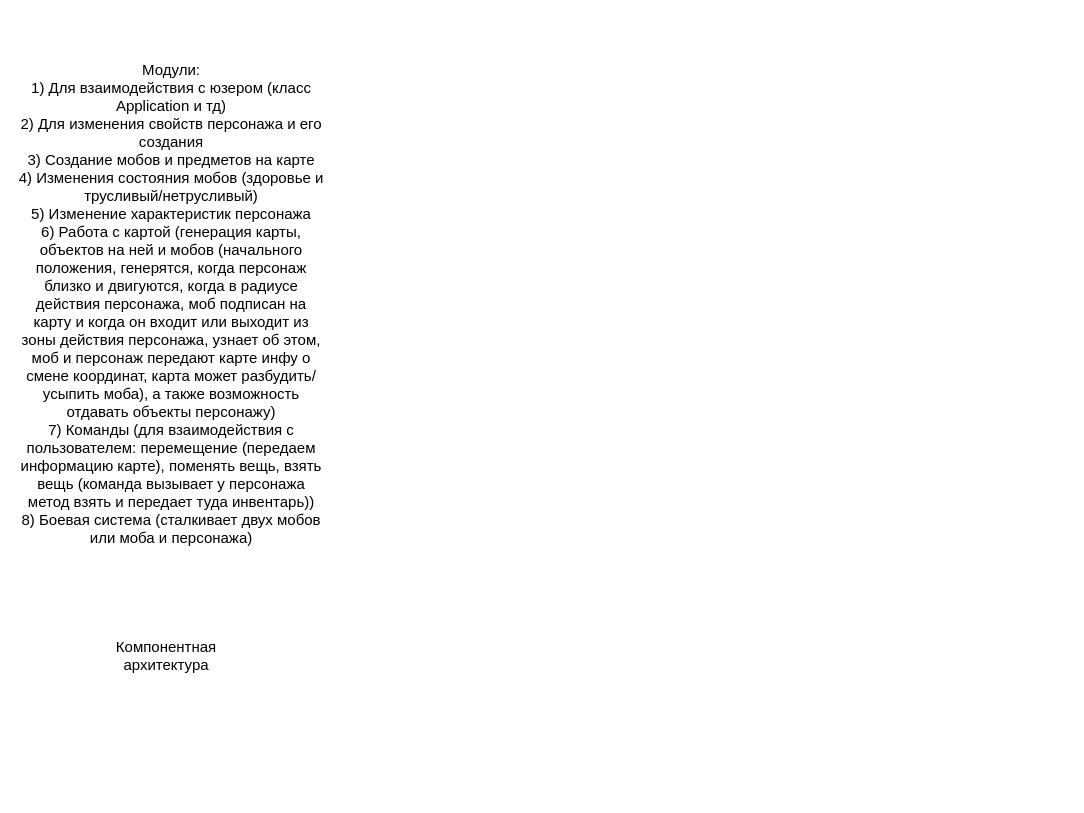
Earlier version of the draw.io diagram page "Components" (1 of 3) of Roguelike/roguelike.drawio (victoriafomina/Software-Design). Source tidied: cells renumbered, new cells numbered last; positions are measured from the earlier drawing's top-left corner, leaving out a move shared by most shapes. Both pictures are drawn from the tidied source at 100%, with x=0, y=0 at pixel (17, 17).
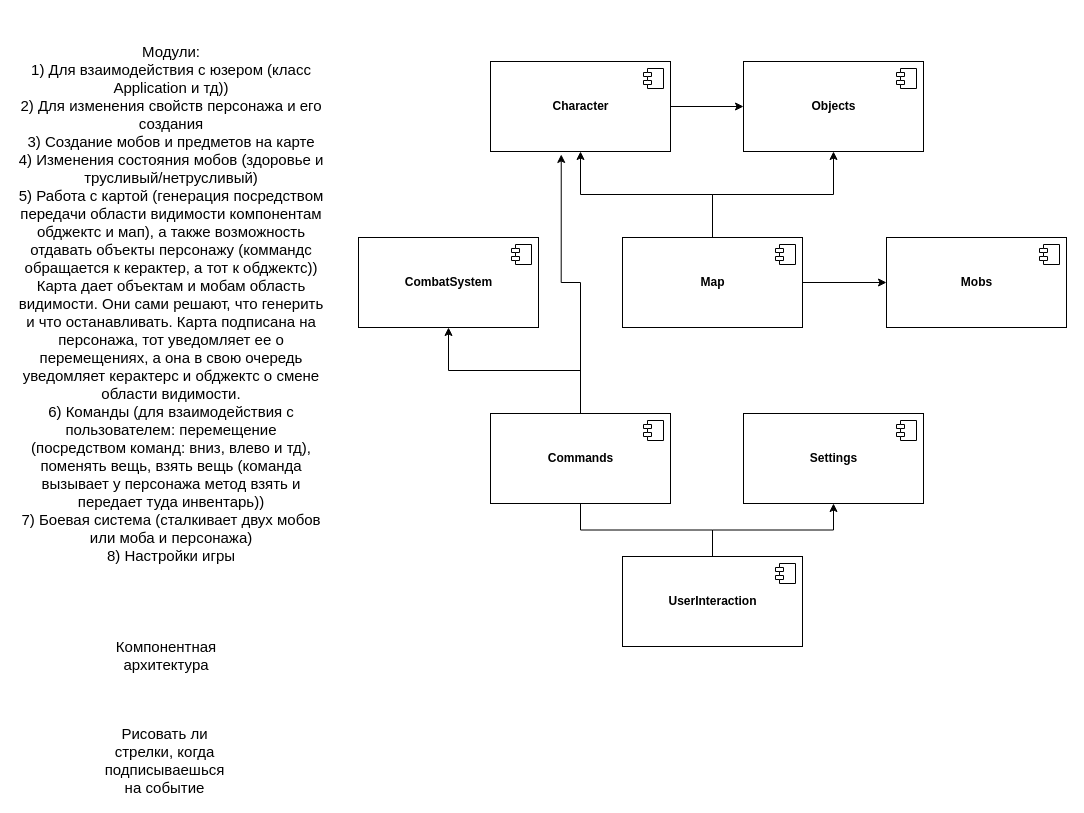
After the change.

Diff of the diagram source:
```diff
@@
-    <mxCell id="2" value="&lt;span style=&quot;font-size: 15px&quot;&gt;Модули:&lt;br&gt;1) Для взаимодействия с юзером (класс Application и тд)&lt;br&gt;2) Для изменения свойств персонажа и его создания&lt;br&gt;3) Создание мобов и предметов на карте&lt;br&gt;4) Изменения состояния мобов (здоровье и трусливый/нетрусливый)&lt;br&gt;5) Изменение характеристик персонажа&lt;br&gt;6) Работа с картой (генерация карты, объектов на ней и мобов (начального положения, генерятся, когда персонаж близко и двигуются, когда в радиусе действия персонажа, моб подписан на карту и когда он входит или выходит из зоны действия персонажа, узнает об этом, моб и персонаж передают карте инфу о смене координат, карта может разбудить/усыпить моба), а также возможность отдавать объекты персонажу)&lt;br&gt;7) Команды (для взаимодействия с пользователем: перемещение (передаем информацию карте), поменять вещь, взять вещь (команда вызывает у персонажа метод взять и передает туда инвентарь))&lt;br&gt;8) Боевая система (сталкивает двух мобов или моба и персонажа)&lt;br&gt;&lt;/span&gt;" style="text;html=1;strokeColor=none;fillColor=none;align=center;verticalAlign=middle;whiteSpace=wrap;rounded=0;fontSize=14;" parent="1" vertex="1">
+    <mxCell id="2" value="&lt;span style=&quot;font-size: 15px&quot;&gt;Модули:&lt;br&gt;1) Для взаимодействия с юзером (класс Application и тд))&lt;br&gt;2) Для изменения свойств персонажа и его создания&lt;br&gt;3) Создание мобов и предметов на карте&lt;br&gt;4) Изменения состояния мобов (здоровье и трусливый/нетрусливый)&lt;br&gt;5) Работа с картой (генерация посредством передачи области видимости компонентам обджектс и мап), а также возможность отдавать объекты персонажу (коммандс обращается к керактер, а тот к обджектс))&lt;br&gt;Карта дает объектам и мобам область видимости. Они сами решают, что генерить и что останавливать. Карта подписана на персонажа, тот уведомляет ее о перемещениях, а она в свою очередь уведомляет керактерс и обджектс о смене области видимости.&lt;br&gt;6) Команды (для взаимодействия с пользователем: перемещение (посредством команд: вниз, влево и тд), поменять вещь, взять вещь (команда вызывает у персонажа метод взять и передает туда инвентарь))&lt;br&gt;7) Боевая система (сталкивает двух мобов или моба и персонажа)&lt;br&gt;8) Настройки игры&lt;br&gt;&lt;/span&gt;" style="text;html=1;strokeColor=none;fillColor=none;align=center;verticalAlign=middle;whiteSpace=wrap;rounded=0;fontSize=14;" parent="1" vertex="1">
       <mxGeometry width="308" height="572" as="geometry" />
     </mxCell>
@@
+    <mxCell id="4" style="edgeStyle=orthogonalEdgeStyle;rounded=0;jettySize=auto;html=1;exitX=0.5;exitY=0;exitDx=0;exitDy=0;entryX=0.5;entryY=1;entryDx=0;entryDy=0;" parent="1" edge="1" source="7" target="14">
+      <mxGeometry relative="1" as="geometry" />
+    </mxCell>
+    <mxCell id="5" style="edgeStyle=orthogonalEdgeStyle;rounded=0;jettySize=auto;html=1;" parent="1" edge="1" source="7" target="24">
+      <mxGeometry relative="1" as="geometry" />
+    </mxCell>
+    <mxCell id="6" style="edgeStyle=orthogonalEdgeStyle;rounded=0;jettySize=auto;html=1;exitX=1;exitY=0.5;exitDx=0;exitDy=0;entryX=0;entryY=0.5;entryDx=0;entryDy=0;fontSize=15;startArrow=none;startFill=0;endArrow=classic;endFill=1;" parent="1" edge="1" source="7" target="16">
+      <mxGeometry relative="1" as="geometry" />
+    </mxCell>
+    <mxCell id="7" value="&lt;b&gt;Map&lt;/b&gt;" style="html=1;" parent="1" vertex="1">
+      <mxGeometry x="605" y="220" width="180" height="90" as="geometry" />
+    </mxCell>
+    <mxCell id="8" style="shape=module;jettyWidth=8;jettyHeight=4;" parent="7" vertex="1">
+      <mxGeometry x="1" width="20" height="20" relative="1" as="geometry">
+        <mxPoint x="-27" y="7" as="offset" />
+      </mxGeometry>
+    </mxCell>
+    <mxCell id="9" style="edgeStyle=orthogonalEdgeStyle;rounded=0;jettySize=auto;html=1;exitX=0.5;exitY=0;exitDx=0;exitDy=0;entryX=0.5;entryY=1;entryDx=0;entryDy=0;endArrow=none;endFill=0;" parent="1" edge="1" source="11" target="22">
+      <mxGeometry relative="1" as="geometry" />
+    </mxCell>
+    <mxCell id="10" style="edgeStyle=orthogonalEdgeStyle;rounded=0;jettySize=auto;html=1;exitX=0.5;exitY=0;exitDx=0;exitDy=0;entryX=0.5;entryY=1;entryDx=0;entryDy=0;startArrow=none;startFill=0;endArrow=classic;endFill=1;" parent="1" edge="1" source="11" target="26">
+      <mxGeometry relative="1" as="geometry" />
+    </mxCell>
+    <mxCell id="11" value="&lt;b&gt;UserInteraction&lt;/b&gt;" style="html=1;" parent="1" vertex="1">
+      <mxGeometry x="605" y="539" width="180" height="90" as="geometry" />
+    </mxCell>
+    <mxCell id="12" style="shape=module;jettyWidth=8;jettyHeight=4;" parent="11" vertex="1">
+      <mxGeometry x="1" width="20" height="20" relative="1" as="geometry">
+        <mxPoint x="-27" y="7" as="offset" />
+      </mxGeometry>
+    </mxCell>
+    <mxCell id="13" style="edgeStyle=orthogonalEdgeStyle;rounded=0;jettySize=auto;html=1;exitX=1;exitY=0.5;exitDx=0;exitDy=0;entryX=0;entryY=0.5;entryDx=0;entryDy=0;fontSize=15;startArrow=none;startFill=0;endArrow=classic;endFill=1;" parent="1" edge="1" source="14" target="24">
+      <mxGeometry relative="1" as="geometry" />
+    </mxCell>
+    <mxCell id="14" value="&lt;b&gt;Character&lt;/b&gt;" style="html=1;" parent="1" vertex="1">
+      <mxGeometry x="473" y="44" width="180" height="90" as="geometry" />
+    </mxCell>
+    <mxCell id="15" style="shape=module;jettyWidth=8;jettyHeight=4;" parent="14" vertex="1">
+      <mxGeometry x="1" width="20" height="20" relative="1" as="geometry">
+        <mxPoint x="-27" y="7" as="offset" />
+      </mxGeometry>
+    </mxCell>
+    <mxCell id="16" value="&lt;b&gt;Mobs&lt;/b&gt;" style="html=1;" parent="1" vertex="1">
+      <mxGeometry x="869" y="220" width="180" height="90" as="geometry" />
+    </mxCell>
+    <mxCell id="17" style="shape=module;jettyWidth=8;jettyHeight=4;" parent="16" vertex="1">
+      <mxGeometry x="1" width="20" height="20" relative="1" as="geometry">
+        <mxPoint x="-27" y="7" as="offset" />
+      </mxGeometry>
+    </mxCell>
+    <mxCell id="18" value="&lt;b&gt;CombatSystem&lt;/b&gt;" style="html=1;" parent="1" vertex="1">
+      <mxGeometry x="341" y="220" width="180" height="90" as="geometry" />
+    </mxCell>
+    <mxCell id="19" style="shape=module;jettyWidth=8;jettyHeight=4;" parent="18" vertex="1">
+      <mxGeometry x="1" width="20" height="20" relative="1" as="geometry">
+        <mxPoint x="-27" y="7" as="offset" />
+      </mxGeometry>
+    </mxCell>
+    <mxCell id="20" style="edgeStyle=orthogonalEdgeStyle;rounded=0;jettySize=auto;html=1;exitX=0.5;exitY=0;exitDx=0;exitDy=0;entryX=0.5;entryY=1;entryDx=0;entryDy=0;" parent="1" edge="1" source="22" target="18">
+      <mxGeometry relative="1" as="geometry" />
+    </mxCell>
+    <mxCell id="21" style="edgeStyle=orthogonalEdgeStyle;rounded=0;jettySize=auto;html=1;exitX=0.5;exitY=0;exitDx=0;exitDy=0;entryX=0.393;entryY=1.033;entryDx=0;entryDy=0;entryPerimeter=0;fontSize=15;startArrow=none;startFill=0;endArrow=classic;endFill=1;" parent="1" edge="1" source="22" target="14">
+      <mxGeometry relative="1" as="geometry" />
+    </mxCell>
+    <mxCell id="22" value="&lt;b&gt;Commands&lt;/b&gt;" style="html=1;" parent="1" vertex="1">
+      <mxGeometry x="473" y="396" width="180" height="90" as="geometry" />
+    </mxCell>
+    <mxCell id="23" style="shape=module;jettyWidth=8;jettyHeight=4;" parent="22" vertex="1">
+      <mxGeometry x="1" width="20" height="20" relative="1" as="geometry">
+        <mxPoint x="-27" y="7" as="offset" />
+      </mxGeometry>
+    </mxCell>
+    <mxCell id="24" value="&lt;b&gt;Objects&lt;/b&gt;" style="html=1;" parent="1" vertex="1">
+      <mxGeometry x="726" y="44" width="180" height="90" as="geometry" />
+    </mxCell>
+    <mxCell id="25" style="shape=module;jettyWidth=8;jettyHeight=4;" parent="24" vertex="1">
+      <mxGeometry x="1" width="20" height="20" relative="1" as="geometry">
+        <mxPoint x="-27" y="7" as="offset" />
+      </mxGeometry>
+    </mxCell>
+    <mxCell id="26" value="&lt;b&gt;Settings&lt;/b&gt;" style="html=1;" parent="1" vertex="1">
+      <mxGeometry x="726" y="396" width="180" height="90" as="geometry" />
+    </mxCell>
+    <mxCell id="27" style="shape=module;jettyWidth=8;jettyHeight=4;" parent="26" vertex="1">
+      <mxGeometry x="1" width="20" height="20" relative="1" as="geometry">
+        <mxPoint x="-27" y="7" as="offset" />
+      </mxGeometry>
+    </mxCell>
+    <mxCell id="28" value="&lt;font style=&quot;font-size: 15px&quot;&gt;Рисовать ли стрелки, когда подписываешься на событие&lt;/font&gt;" style="text;html=1;strokeColor=none;fillColor=none;align=center;verticalAlign=middle;whiteSpace=wrap;rounded=0;" parent="1" vertex="1">
+      <mxGeometry x="90.5" y="715" width="113" height="55" as="geometry" />
+    </mxCell>
```
